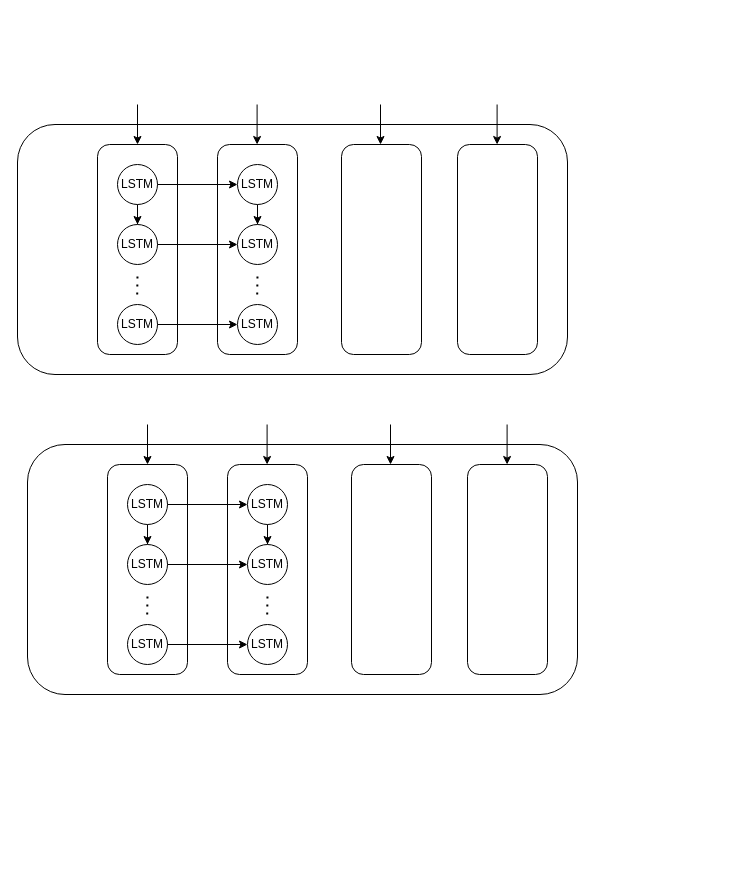
The draw.io diagram BLSTM.drawio in Liz606/Liz-todos, before the edit. Source tidied: cells renumbered, new cells numbered last; positions are measured from the earlier drawing's top-left corner, leaving out a move shared by most shapes. Both pictures are drawn from the tidied source at 100%, with x=0, y=0 at pixel (17, 104).
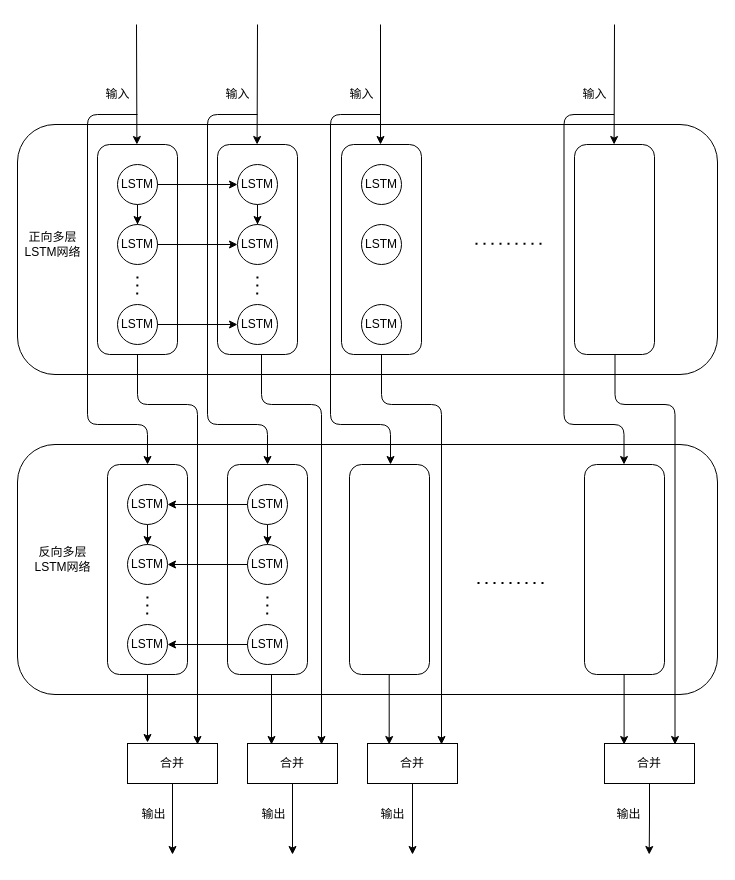
The same diagram, later.

The change refers to these unchanged cells:
```xml
<mxCell id="3" style="rounded=1;whiteSpace=wrap;html=1;" parent="1" vertex="1">
  <mxGeometry x="80" y="40" width="80" height="210" as="geometry" />
</mxCell>
<mxCell id="25" style="rounded=1;whiteSpace=wrap;html=1;" parent="1" vertex="1">
  <mxGeometry x="90" y="360" width="80" height="210" as="geometry" />
</mxCell>
<mxCell id="27" value="LSTM" style="ellipse;whiteSpace=wrap;html=1;" parent="1" vertex="1">
  <mxGeometry x="110" y="380" width="40" height="40" as="geometry" />
</mxCell>
<mxCell id="28" value="&lt;span&gt;LSTM&lt;/span&gt;" style="ellipse;whiteSpace=wrap;html=1;" parent="1" vertex="1">
  <mxGeometry x="110" y="520" width="40" height="40" as="geometry" />
</mxCell>
<mxCell id="29" value="&lt;span&gt;LSTM&lt;/span&gt;" style="ellipse;whiteSpace=wrap;html=1;" parent="1" vertex="1">
  <mxGeometry x="110" y="440" width="40" height="40" as="geometry" />
</mxCell>
<mxCell id="33" value="LSTM" style="ellipse;whiteSpace=wrap;html=1;" parent="1" vertex="1">
  <mxGeometry x="230" y="380" width="40" height="40" as="geometry" />
</mxCell>
<mxCell id="34" value="&lt;span&gt;LSTM&lt;/span&gt;" style="ellipse;whiteSpace=wrap;html=1;" parent="1" vertex="1">
  <mxGeometry x="230" y="520" width="40" height="40" as="geometry" />
</mxCell>
<mxCell id="35" value="&lt;span&gt;LSTM&lt;/span&gt;" style="ellipse;whiteSpace=wrap;html=1;" parent="1" vertex="1">
  <mxGeometry x="230" y="440" width="40" height="40" as="geometry" />
</mxCell>
```

The edit, as a diff of the source:
```diff
@@
     <mxCell id="2" style="rounded=1;whiteSpace=wrap;html=1;fillColor=none;" parent="1" vertex="1">
-      <mxGeometry y="20" width="550" height="250" as="geometry" />
+      <mxGeometry y="20" width="700" height="250" as="geometry" />
     </mxCell>
@@
     <mxCell id="19" style="rounded=1;whiteSpace=wrap;html=1;" parent="1" vertex="1">
-      <mxGeometry x="440" y="40" width="80" height="210" as="geometry" />
+      <mxGeometry x="557" y="40" width="80" height="210" as="geometry" />
     </mxCell>
-    <mxCell id="20" style="endArrow=classic;html=1;entryX=0.5;entryY=0;entryDx=0;entryDy=0;" parent="1" edge="1" target="3">
+    <mxCell id="20" style="endArrow=classic;html=1;entryX=0.5;entryY=0;entryDx=0;entryDy=0;edgeStyle=orthogonalEdgeStyle;" parent="1" edge="1" target="25">
       <mxGeometry relative="1" as="geometry">
-        <mxPoint x="120" as="sourcePoint" />
+        <mxPoint x="120" y="10" as="sourcePoint" />
+        <Array as="points">
+          <mxPoint x="70" y="10" />
+          <mxPoint x="70" y="320" />
+          <mxPoint x="130" y="320" />
+        </Array>
       </mxGeometry>
     </mxCell>
     <mxCell id="21" style="endArrow=classic;html=1;entryX=0.5;entryY=0;entryDx=0;entryDy=0;" parent="1" edge="1">
       <mxGeometry relative="1" as="geometry">
-        <mxPoint x="239.6" as="sourcePoint" />
+        <mxPoint x="240" y="-80" as="sourcePoint" />
         <mxPoint x="239.6" y="40" as="targetPoint" />
       </mxGeometry>
     </mxCell>
     <mxCell id="22" style="endArrow=classic;html=1;entryX=0.5;entryY=0;entryDx=0;entryDy=0;" parent="1" edge="1">
       <mxGeometry relative="1" as="geometry">
-        <mxPoint x="363" as="sourcePoint" />
+        <mxPoint x="363" y="-80" as="sourcePoint" />
         <mxPoint x="363" y="40" as="targetPoint" />
       </mxGeometry>
     </mxCell>
     <mxCell id="23" style="endArrow=classic;html=1;entryX=0.5;entryY=0;entryDx=0;entryDy=0;" parent="1" edge="1">
       <mxGeometry relative="1" as="geometry">
-        <mxPoint x="479.6" as="sourcePoint" />
-        <mxPoint x="479.6" y="40" as="targetPoint" />
+        <mxPoint x="597" y="-80" as="sourcePoint" />
+        <mxPoint x="596.6" y="40" as="targetPoint" />
       </mxGeometry>
     </mxCell>
     <mxCell id="24" style="rounded=1;whiteSpace=wrap;html=1;fillColor=none;" parent="1" vertex="1">
-      <mxGeometry x="10" y="340" width="550" height="250" as="geometry" />
+      <mxGeometry y="340" width="700" height="250" as="geometry" />
     </mxCell>
@@
+    <mxCell id="46" style="edgeStyle=orthogonalEdgeStyle;rounded=0;jettySize=auto;html=1;" parent="1" edge="1" source="33" target="27">
+      <mxGeometry relative="1" as="geometry" />
+    </mxCell>
@@
-    <mxCell id="37" style="edgeStyle=orthogonalEdgeStyle;rounded=0;jettySize=auto;html=1;" parent="1" edge="1" source="27" target="33">
-      <mxGeometry relative="1" as="geometry" />
-    </mxCell>
-    <mxCell id="38" style="edgeStyle=orthogonalEdgeStyle;rounded=0;jettySize=auto;html=1;" parent="1" edge="1" source="29" target="35">
-      <mxGeometry relative="1" as="geometry" />
-    </mxCell>
-    <mxCell id="39" style="edgeStyle=orthogonalEdgeStyle;rounded=0;jettySize=auto;html=1;" parent="1" edge="1" source="28" target="34">
+    <mxCell id="39" style="edgeStyle=orthogonalEdgeStyle;rounded=0;jettySize=auto;html=1;" parent="1" edge="1" source="34" target="28">
       <mxGeometry relative="1" as="geometry" />
     </mxCell>
     <mxCell id="40" style="rounded=1;whiteSpace=wrap;html=1;" parent="1" vertex="1">
-      <mxGeometry x="334" y="360" width="80" height="210" as="geometry" />
+      <mxGeometry x="332" y="360" width="80" height="210" as="geometry" />
     </mxCell>
     <mxCell id="41" style="rounded=1;whiteSpace=wrap;html=1;" parent="1" vertex="1">
-      <mxGeometry x="450" y="360" width="80" height="210" as="geometry" />
+      <mxGeometry x="567" y="360" width="80" height="210" as="geometry" />
     </mxCell>
-    <mxCell id="42" style="endArrow=classic;html=1;entryX=0.5;entryY=0;entryDx=0;entryDy=0;" parent="1" edge="1" target="25">
-      <mxGeometry relative="1" as="geometry">
-        <mxPoint x="130" y="320" as="sourcePoint" />
-      </mxGeometry>
-    </mxCell>
-    <mxCell id="43" style="endArrow=classic;html=1;entryX=0.5;entryY=0;entryDx=0;entryDy=0;" parent="1" edge="1">
-      <mxGeometry relative="1" as="geometry">
-        <mxPoint x="249.6" y="320" as="sourcePoint" />
-        <mxPoint x="249.6" y="360" as="targetPoint" />
-      </mxGeometry>
-    </mxCell>
-    <mxCell id="44" style="endArrow=classic;html=1;entryX=0.5;entryY=0;entryDx=0;entryDy=0;" parent="1" edge="1">
-      <mxGeometry relative="1" as="geometry">
-        <mxPoint x="373" y="320" as="sourcePoint" />
-        <mxPoint x="373" y="360" as="targetPoint" />
-      </mxGeometry>
-    </mxCell>
-    <mxCell id="45" style="endArrow=classic;html=1;entryX=0.5;entryY=0;entryDx=0;entryDy=0;" parent="1" edge="1">
-      <mxGeometry relative="1" as="geometry">
-        <mxPoint x="489.6" y="320" as="sourcePoint" />
-        <mxPoint x="489.6" y="360" as="targetPoint" />
-      </mxGeometry>
-    </mxCell>
+    <mxCell id="47" value="LSTM" style="ellipse;whiteSpace=wrap;html=1;" parent="1" vertex="1">
+      <mxGeometry x="344" y="60" width="40" height="40" as="geometry" />
+    </mxCell>
+    <mxCell id="48" value="&lt;span&gt;LSTM&lt;/span&gt;" style="ellipse;whiteSpace=wrap;html=1;" parent="1" vertex="1">
+      <mxGeometry x="344" y="200" width="40" height="40" as="geometry" />
+    </mxCell>
+    <mxCell id="49" value="&lt;span&gt;LSTM&lt;/span&gt;" style="ellipse;whiteSpace=wrap;html=1;" parent="1" vertex="1">
+      <mxGeometry x="344" y="120" width="40" height="40" as="geometry" />
+    </mxCell>
+    <mxCell id="50" style="endArrow=classic;html=1;entryX=0.5;entryY=0;entryDx=0;entryDy=0;" parent="1" edge="1">
+      <mxGeometry relative="1" as="geometry">
+        <mxPoint x="119" y="-80" as="sourcePoint" />
+        <mxPoint x="119.4" y="40" as="targetPoint" />
+      </mxGeometry>
+    </mxCell>
+    <mxCell id="51" style="endArrow=classic;html=1;exitX=0.5;exitY=1;exitDx=0;exitDy=0;" parent="1" edge="1" source="25">
+      <mxGeometry relative="1" as="geometry">
+        <mxPoint x="130" y="638" as="targetPoint" />
+      </mxGeometry>
+    </mxCell>
+    <mxCell id="52" style="endArrow=classic;html=1;exitX=0.5;exitY=1;exitDx=0;exitDy=0;edgeStyle=orthogonalEdgeStyle;" parent="1" edge="1" source="3">
+      <mxGeometry relative="1" as="geometry">
+        <mxPoint x="180" y="640" as="targetPoint" />
+        <Array as="points">
+          <mxPoint x="120" y="300" />
+          <mxPoint x="180" y="300" />
+        </Array>
+      </mxGeometry>
+    </mxCell>
+    <mxCell id="53" style="edgeStyle=orthogonalEdgeStyle;rounded=0;jettySize=auto;html=1;exitX=0.5;exitY=1;exitDx=0;exitDy=0;" parent="1" edge="1" source="54">
+      <mxGeometry relative="1" as="geometry">
+        <mxPoint x="155" y="750" as="targetPoint" />
+      </mxGeometry>
+    </mxCell>
+    <mxCell id="54" value="合并" style="rounded=0;whiteSpace=wrap;html=1;fillColor=none;" parent="1" vertex="1">
+      <mxGeometry x="110" y="639" width="90" height="40" as="geometry" />
+    </mxCell>
+    <mxCell id="55" style="endArrow=classic;html=1;entryX=0.5;entryY=0;entryDx=0;entryDy=0;edgeStyle=orthogonalEdgeStyle;" parent="1" edge="1">
+      <mxGeometry relative="1" as="geometry">
+        <mxPoint x="240" y="10" as="sourcePoint" />
+        <mxPoint x="250" y="360" as="targetPoint" />
+        <Array as="points">
+          <mxPoint x="190" y="10" />
+          <mxPoint x="190" y="320" />
+          <mxPoint x="250" y="320" />
+        </Array>
+      </mxGeometry>
+    </mxCell>
+    <mxCell id="56" style="endArrow=classic;html=1;entryX=0.25;entryY=0;entryDx=0;entryDy=0;" parent="1" edge="1">
+      <mxGeometry relative="1" as="geometry">
+        <mxPoint x="254" y="570" as="sourcePoint" />
+        <mxPoint x="254" y="640" as="targetPoint" />
+      </mxGeometry>
+    </mxCell>
+    <mxCell id="57" style="endArrow=classic;html=1;exitX=0.5;exitY=1;exitDx=0;exitDy=0;edgeStyle=orthogonalEdgeStyle;" parent="1" edge="1">
+      <mxGeometry relative="1" as="geometry">
+        <mxPoint x="244" y="250" as="sourcePoint" />
+        <mxPoint x="304" y="640" as="targetPoint" />
+        <Array as="points">
+          <mxPoint x="244" y="300" />
+          <mxPoint x="304" y="300" />
+        </Array>
+      </mxGeometry>
+    </mxCell>
+    <mxCell id="58" style="edgeStyle=orthogonalEdgeStyle;rounded=0;jettySize=auto;html=1;exitX=0.5;exitY=1;exitDx=0;exitDy=0;" parent="1" edge="1" source="59">
+      <mxGeometry relative="1" as="geometry">
+        <mxPoint x="275" y="750" as="targetPoint" />
+      </mxGeometry>
+    </mxCell>
+    <mxCell id="59" value="合并" style="rounded=0;whiteSpace=wrap;html=1;fillColor=none;" parent="1" vertex="1">
+      <mxGeometry x="230" y="639" width="90" height="40" as="geometry" />
+    </mxCell>
+    <mxCell id="60" style="endArrow=classic;html=1;entryX=0.5;entryY=0;entryDx=0;entryDy=0;edgeStyle=orthogonalEdgeStyle;" parent="1" edge="1">
+      <mxGeometry relative="1" as="geometry">
+        <mxPoint x="363" y="10" as="sourcePoint" />
+        <mxPoint x="373" y="360" as="targetPoint" />
+        <Array as="points">
+          <mxPoint x="313" y="10" />
+          <mxPoint x="313" y="320" />
+          <mxPoint x="373" y="320" />
+        </Array>
+      </mxGeometry>
+    </mxCell>
+    <mxCell id="61" style="endArrow=classic;html=1;exitX=0.5;exitY=1;exitDx=0;exitDy=0;edgeStyle=orthogonalEdgeStyle;" parent="1" edge="1">
+      <mxGeometry relative="1" as="geometry">
+        <mxPoint x="364" y="250" as="sourcePoint" />
+        <mxPoint x="424" y="640" as="targetPoint" />
+        <Array as="points">
+          <mxPoint x="364" y="300" />
+          <mxPoint x="424" y="300" />
+        </Array>
+      </mxGeometry>
+    </mxCell>
+    <mxCell id="62" style="endArrow=classic;html=1;entryX=0.25;entryY=0;entryDx=0;entryDy=0;" parent="1" edge="1">
+      <mxGeometry relative="1" as="geometry">
+        <mxPoint x="371.7" y="570" as="sourcePoint" />
+        <mxPoint x="371.7" y="640" as="targetPoint" />
+      </mxGeometry>
+    </mxCell>
+    <mxCell id="63" style="edgeStyle=orthogonalEdgeStyle;rounded=0;jettySize=auto;html=1;exitX=0.5;exitY=1;exitDx=0;exitDy=0;" parent="1" edge="1" source="64">
+      <mxGeometry relative="1" as="geometry">
+        <mxPoint x="395" y="750" as="targetPoint" />
+      </mxGeometry>
+    </mxCell>
+    <mxCell id="64" value="合并" style="rounded=0;whiteSpace=wrap;html=1;fillColor=none;" parent="1" vertex="1">
+      <mxGeometry x="350" y="639" width="90" height="40" as="geometry" />
+    </mxCell>
+    <mxCell id="65" style="endArrow=classic;html=1;entryX=0.5;entryY=0;entryDx=0;entryDy=0;edgeStyle=orthogonalEdgeStyle;" parent="1" edge="1">
+      <mxGeometry relative="1" as="geometry">
+        <mxPoint x="596.5" y="10" as="sourcePoint" />
+        <mxPoint x="606.5" y="360" as="targetPoint" />
+        <Array as="points">
+          <mxPoint x="546.5" y="10" />
+          <mxPoint x="546.5" y="320" />
+          <mxPoint x="606.5" y="320" />
+        </Array>
+      </mxGeometry>
+    </mxCell>
+    <mxCell id="66" style="endArrow=classic;html=1;exitX=0.5;exitY=1;exitDx=0;exitDy=0;edgeStyle=orthogonalEdgeStyle;" parent="1" edge="1">
+      <mxGeometry relative="1" as="geometry">
+        <mxPoint x="597.5" y="250" as="sourcePoint" />
+        <mxPoint x="657.5" y="640" as="targetPoint" />
+        <Array as="points">
+          <mxPoint x="597.5" y="300" />
+          <mxPoint x="657.5" y="300" />
+        </Array>
+      </mxGeometry>
+    </mxCell>
+    <mxCell id="67" style="endArrow=classic;html=1;entryX=0.25;entryY=0;entryDx=0;entryDy=0;" parent="1" edge="1">
+      <mxGeometry relative="1" as="geometry">
+        <mxPoint x="606.6" y="570" as="sourcePoint" />
+        <mxPoint x="606.6" y="640" as="targetPoint" />
+      </mxGeometry>
+    </mxCell>
+    <mxCell id="68" style="edgeStyle=orthogonalEdgeStyle;rounded=0;jettySize=auto;html=1;exitX=0.5;exitY=1;exitDx=0;exitDy=0;" parent="1" edge="1" source="69">
+      <mxGeometry relative="1" as="geometry">
+        <mxPoint x="631.7" y="750" as="targetPoint" />
+      </mxGeometry>
+    </mxCell>
+    <mxCell id="69" value="合并" style="rounded=0;whiteSpace=wrap;html=1;fillColor=none;" parent="1" vertex="1">
+      <mxGeometry x="587" y="639" width="90" height="40" as="geometry" />
+    </mxCell>
+    <mxCell id="70" style="edgeStyle=orthogonalEdgeStyle;rounded=0;orthogonalLoop=1;jettySize=auto;html=1;" parent="1" edge="1">
+      <mxGeometry relative="1" as="geometry">
+        <mxPoint x="230" y="460" as="sourcePoint" />
+        <mxPoint x="150" y="460" as="targetPoint" />
+      </mxGeometry>
+    </mxCell>
+    <mxCell id="71" style="endArrow=none;dashed=1;html=1;dashPattern=1 3;strokeWidth=2;" parent="1" edge="1">
+      <mxGeometry relative="1" as="geometry">
+        <mxPoint x="460" y="478.6" as="sourcePoint" />
+        <mxPoint x="530" y="478.6" as="targetPoint" />
+      </mxGeometry>
+    </mxCell>
+    <mxCell id="72" style="endArrow=none;dashed=1;html=1;dashPattern=1 3;strokeWidth=2;" parent="1" edge="1">
+      <mxGeometry relative="1" as="geometry">
+        <mxPoint x="458" y="139.3" as="sourcePoint" />
+        <mxPoint x="528" y="139.3" as="targetPoint" />
+      </mxGeometry>
+    </mxCell>
+    <mxCell id="73" value="正向多层&lt;br&gt;LSTM网络" style="text;html=1;align=center;verticalAlign=middle;" parent="1" vertex="1">
+      <mxGeometry y="125" width="70" height="30" as="geometry" />
+    </mxCell>
+    <mxCell id="74" value="反向多层&lt;br&gt;LSTM网络" style="text;html=1;align=center;verticalAlign=middle;" parent="1" vertex="1">
+      <mxGeometry x="10" y="440" width="70" height="30" as="geometry" />
+    </mxCell>
+    <mxCell id="75" value="输入" style="text;html=1;align=center;verticalAlign=middle;" parent="1" vertex="1">
+      <mxGeometry x="80" y="-20" width="40" height="20" as="geometry" />
+    </mxCell>
+    <mxCell id="76" value="输入" style="text;html=1;align=center;verticalAlign=middle;" parent="1" vertex="1">
+      <mxGeometry x="200" y="-20" width="40" height="20" as="geometry" />
+    </mxCell>
+    <mxCell id="77" value="输入" style="text;html=1;align=center;verticalAlign=middle;" parent="1" vertex="1">
+      <mxGeometry x="324" y="-20" width="40" height="20" as="geometry" />
+    </mxCell>
+    <mxCell id="78" value="输入" style="text;html=1;align=center;verticalAlign=middle;" parent="1" vertex="1">
+      <mxGeometry x="557" y="-20" width="40" height="20" as="geometry" />
+    </mxCell>
+    <mxCell id="79" value="输出" style="text;html=1;align=center;verticalAlign=middle;" parent="1" vertex="1">
+      <mxGeometry x="116" y="700" width="40" height="20" as="geometry" />
+    </mxCell>
+    <mxCell id="80" value="输出" style="text;html=1;align=center;verticalAlign=middle;" parent="1" vertex="1">
+      <mxGeometry x="236" y="700" width="40" height="20" as="geometry" />
+    </mxCell>
+    <mxCell id="81" value="输出" style="text;html=1;align=center;verticalAlign=middle;" parent="1" vertex="1">
+      <mxGeometry x="355" y="700" width="40" height="20" as="geometry" />
+    </mxCell>
+    <mxCell id="82" value="输出" style="text;html=1;align=center;verticalAlign=middle;" parent="1" vertex="1">
+      <mxGeometry x="591" y="700" width="40" height="20" as="geometry" />
+    </mxCell>
```
